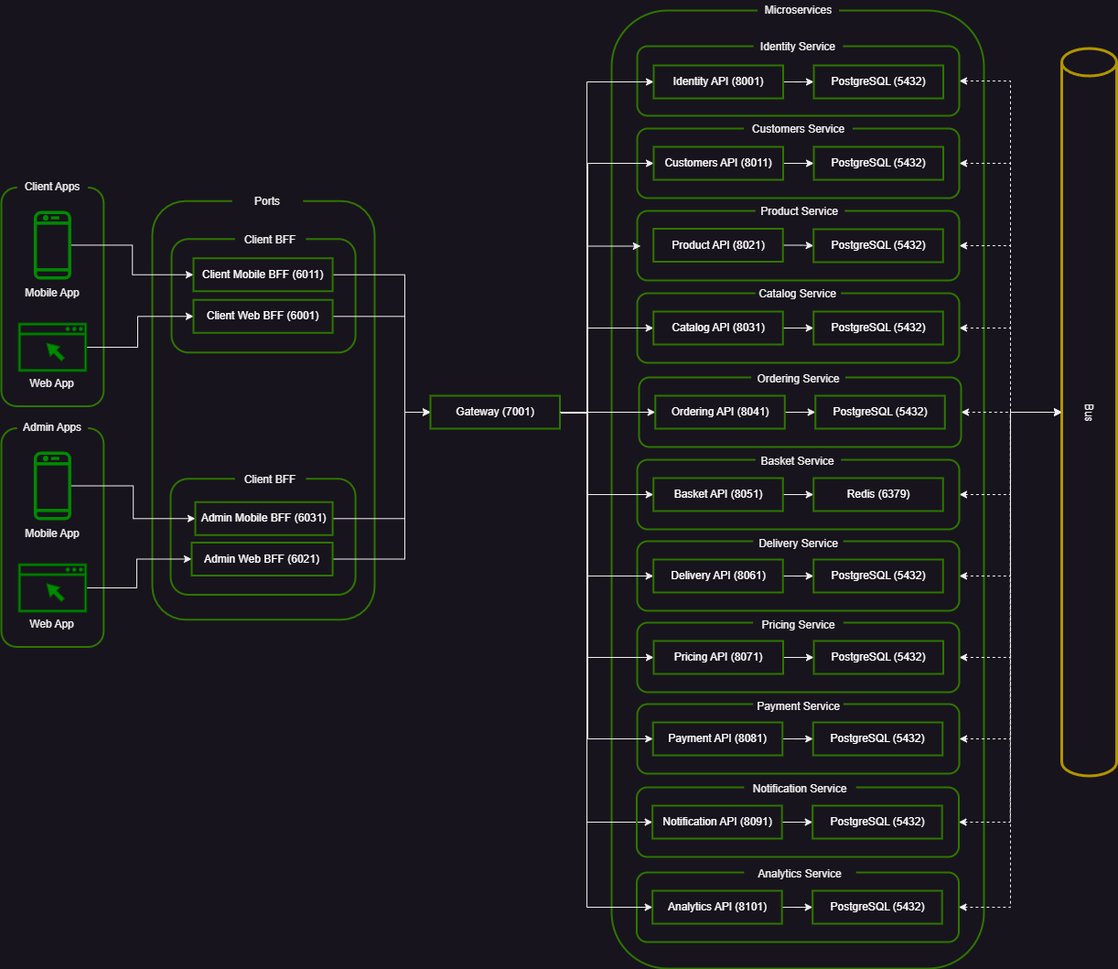
marcelocasteloio/MCIO.Demos.Store keeps this draw.io diagram as docs/diagrams/HLD.drawio.png. Above is the earlier version. Source tidied: cells renumbered, new cells last; positions are measured from the earlier drawing's top-left corner, leaving out a move shared by most shapes.
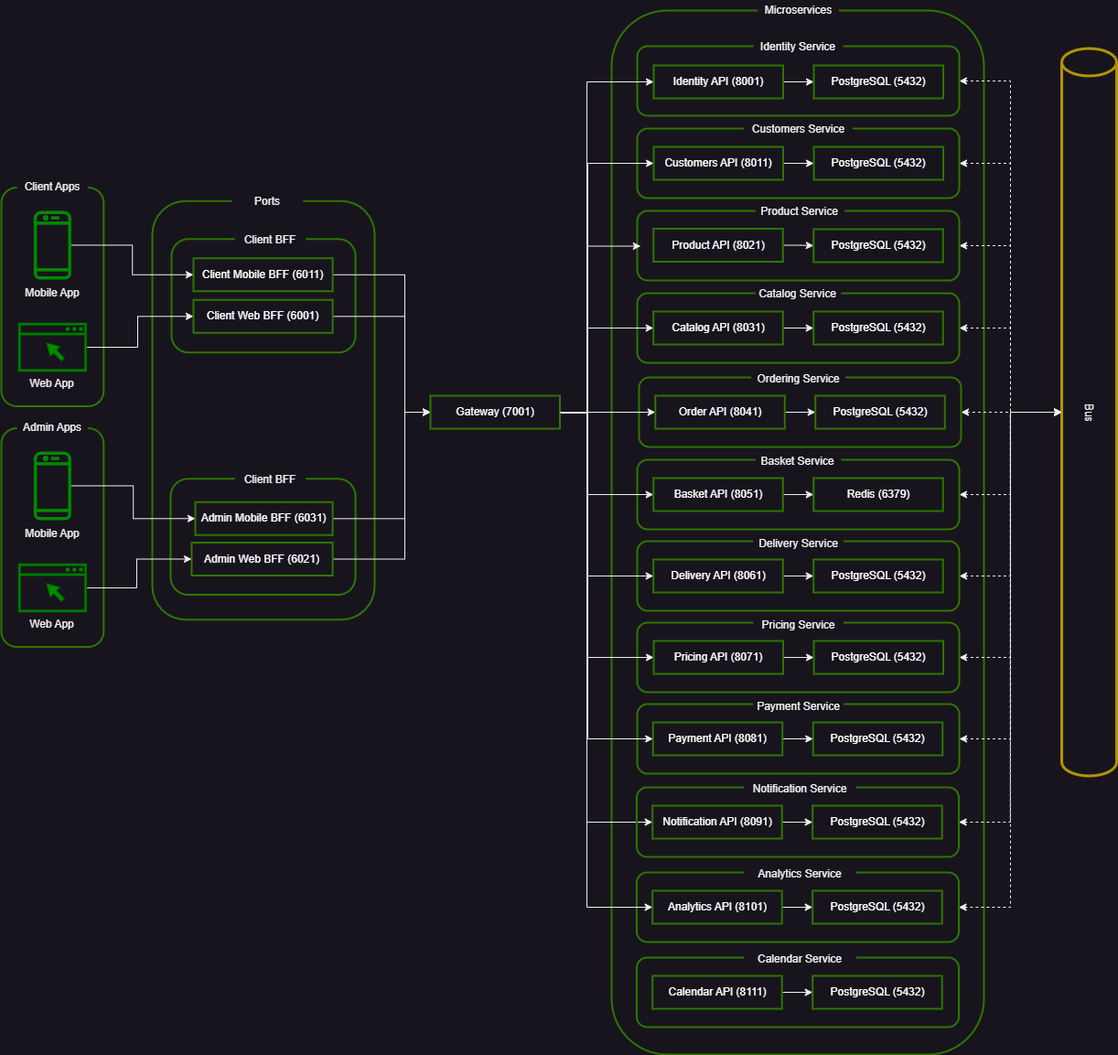
After the commit.

The edit, as a diff of the source:
```diff
@@ -12,7 +12,7 @@
       <mxGeometry x="252.3" y="209.2" width="77.5" height="21.5" as="geometry" />
     </mxCell>
     <mxCell id="5" style="rounded=1;whiteSpace=wrap;html=1;fillColor=none;fontColor=#ffffff;strokeColor=#2D7600;strokeWidth=2;" parent="1" vertex="1">
-      <mxGeometry x="667" y="11" width="407" height="1047" as="geometry" />
+      <mxGeometry x="667" y="11" width="407" height="1141" as="geometry" />
     </mxCell>
     <mxCell id="6" value="Microservices" style="text;html=1;strokeColor=none;fillColor=default;align=center;verticalAlign=middle;whiteSpace=wrap;rounded=0;" parent="1" vertex="1">
       <mxGeometry x="826.6" width="89" height="21.5" as="geometry" />
@@ -289,7 +289,7 @@
     <mxCell id="71" style="edgeStyle=orthogonalEdgeStyle;rounded=0;jettySize=auto;html=1;entryX=0;entryY=0.5;entryDx=0;entryDy=0;" parent="1" edge="1" source="72" target="86">
       <mxGeometry relative="1" as="geometry" />
     </mxCell>
-    <mxCell id="72" value="Ordering&amp;nbsp;API&amp;nbsp;(8041)" style="rounded=0;whiteSpace=wrap;html=1;fillColor=none;fontColor=#ffffff;strokeColor=#2D7600;strokeWidth=2;" parent="1" vertex="1">
+    <mxCell id="72" value="Order API&amp;nbsp;(8041)" style="rounded=0;whiteSpace=wrap;html=1;fillColor=none;fontColor=#ffffff;strokeColor=#2D7600;strokeWidth=2;" parent="1" vertex="1">
       <mxGeometry x="714.8" y="432" width="141.5" height="36" as="geometry" />
     </mxCell>
     <mxCell id="73" style="edgeStyle=orthogonalEdgeStyle;rounded=0;jettySize=auto;html=1;entryX=0;entryY=0.5;entryDx=0;entryDy=0;" parent="1" edge="1" source="74" target="87">
@@ -425,5 +425,20 @@
         </Array>
       </mxGeometry>
     </mxCell>
+    <mxCell id="114" style="rounded=1;whiteSpace=wrap;html=1;fillColor=none;fontColor=#ffffff;strokeColor=#2D7600;strokeWidth=2;" parent="1" vertex="1">
+      <mxGeometry x="694.5" y="1046" width="352" height="76" as="geometry" />
+    </mxCell>
+    <mxCell id="115" style="edgeStyle=orthogonalEdgeStyle;rounded=0;jettySize=auto;html=1;entryX=0;entryY=0.5;entryDx=0;entryDy=0;" parent="1" edge="1" source="116" target="117">
+      <mxGeometry relative="1" as="geometry" />
+    </mxCell>
+    <mxCell id="116" value="Calendar API&amp;nbsp;(8111)" style="rounded=0;whiteSpace=wrap;html=1;fillColor=none;fontColor=#ffffff;strokeColor=#2D7600;strokeWidth=2;" parent="1" vertex="1">
+      <mxGeometry x="711.7" y="1066" width="141.5" height="36" as="geometry" />
+    </mxCell>
+    <mxCell id="117" value="PostgreSQL&amp;nbsp;(5432)" style="rounded=0;whiteSpace=wrap;html=1;fillColor=none;fontColor=#ffffff;strokeColor=#2D7600;strokeWidth=2;" parent="1" vertex="1">
+      <mxGeometry x="886.7" y="1066" width="141.5" height="36" as="geometry" />
+    </mxCell>
+    <mxCell id="118" value="Calendar Service" style="text;html=1;strokeColor=none;fillColor=default;align=center;verticalAlign=middle;whiteSpace=wrap;rounded=0;" parent="1" vertex="1">
+      <mxGeometry x="811.8" y="1037" width="122.4" height="21.5" as="geometry" />
+    </mxCell>
   </root>
 </mxGraphModel>
```
